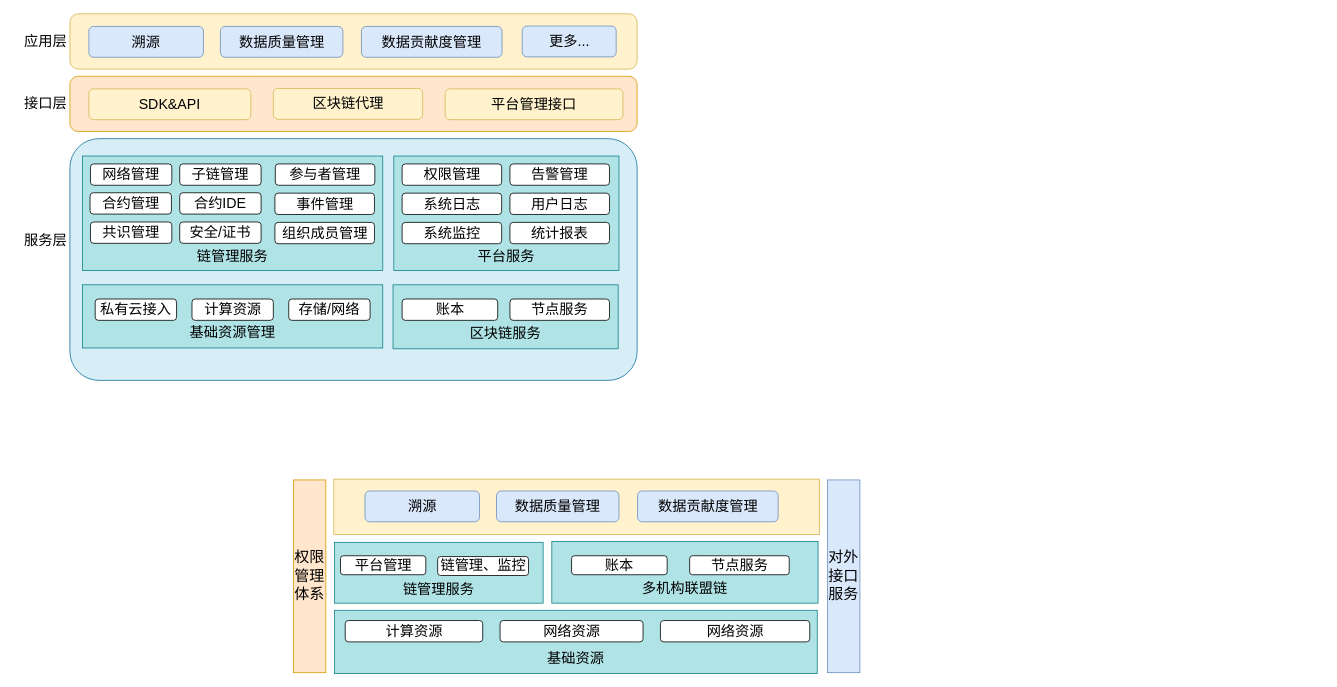
dilide/collections keeps this draw.io diagram as repository/drawio/55/业务功能架构图.drawio. Above is the earlier version. Source tidied: cells renumbered, new cells numbered last; positions are measured from the earlier drawing's top-left corner, leaving out a move shared by most shapes. Both pictures are drawn from the tidied source at 79%, with x=0, y=0 at pixel (13, 13).
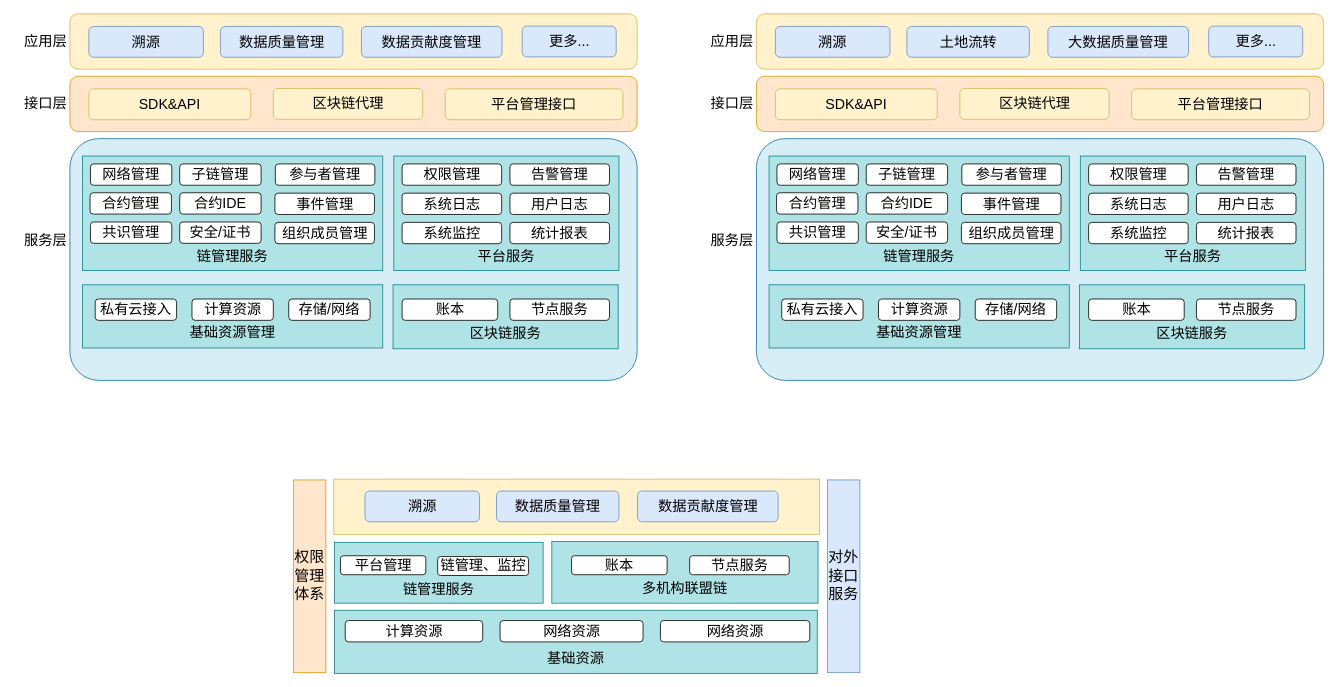
Above is the later version.

Commit message:
更新业务功能架构图.drawio

Diff of the diagram source:
```diff
@@
+    <mxCell id="55" style="rounded=1;whiteSpace=wrap;html=1;fillColor=#fff2cc;strokeColor=#d6b656;" parent="1" vertex="1">
+      <mxGeometry x="940" width="718" height="70" as="geometry" />
+    </mxCell>
+    <mxCell id="56" value="应用层" style="text;html=1;strokeColor=none;fillColor=none;align=center;verticalAlign=middle;whiteSpace=wrap;rounded=0;fontSize=18;" parent="1" vertex="1">
+      <mxGeometry x="869" y="25" width="81" height="20" as="geometry" />
+    </mxCell>
+    <mxCell id="57" value="接口层" style="text;html=1;strokeColor=none;fillColor=none;align=center;verticalAlign=middle;whiteSpace=wrap;rounded=0;fontSize=18;" parent="1" vertex="1">
+      <mxGeometry x="869" y="104" width="81" height="20" as="geometry" />
+    </mxCell>
+    <mxCell id="58" style="rounded=1;whiteSpace=wrap;html=1;fillColor=#ffe6cc;strokeColor=#d79b00;" parent="1" vertex="1">
+      <mxGeometry x="940" y="79" width="718" height="70" as="geometry" />
+    </mxCell>
+    <mxCell id="59" value="SDK&amp;amp;API" style="rounded=1;whiteSpace=wrap;html=1;fontSize=18;fillColor=#fff2cc;strokeColor=#d6b656;" parent="1" vertex="1">
+      <mxGeometry x="964" y="95" width="205" height="39" as="geometry" />
+    </mxCell>
+    <mxCell id="60" value="区块链代理" style="rounded=1;whiteSpace=wrap;html=1;fontSize=18;fillColor=#fff2cc;strokeColor=#d6b656;" parent="1" vertex="1">
+      <mxGeometry x="1197.5" y="94.5" width="189" height="39" as="geometry" />
+    </mxCell>
+    <mxCell id="61" value="平台管理接口" style="rounded=1;whiteSpace=wrap;html=1;fontSize=18;fillColor=#fff2cc;strokeColor=#d6b656;" parent="1" vertex="1">
+      <mxGeometry x="1415" y="95" width="225" height="39" as="geometry" />
+    </mxCell>
+    <mxCell id="62" value="溯源" style="rounded=1;whiteSpace=wrap;html=1;fontSize=18;fillColor=#dae8fc;strokeColor=#6c8ebf;" parent="1" vertex="1">
+      <mxGeometry x="964" y="16" width="145" height="39" as="geometry" />
+    </mxCell>
+    <mxCell id="63" value="土地流转" style="rounded=1;whiteSpace=wrap;html=1;fontSize=18;fillColor=#dae8fc;strokeColor=#6c8ebf;" parent="1" vertex="1">
+      <mxGeometry x="1130.5" y="16" width="155" height="39" as="geometry" />
+    </mxCell>
+    <mxCell id="64" value="大数据质量管理" style="rounded=1;whiteSpace=wrap;html=1;fontSize=18;fillColor=#dae8fc;strokeColor=#6c8ebf;" parent="1" vertex="1">
+      <mxGeometry x="1309" y="16" width="178" height="39" as="geometry" />
+    </mxCell>
+    <mxCell id="65" value="更多..." style="rounded=1;whiteSpace=wrap;html=1;fontSize=18;fillColor=#dae8fc;strokeColor=#6c8ebf;" parent="1" vertex="1">
+      <mxGeometry x="1512.5" y="15.5" width="119" height="39" as="geometry" />
+    </mxCell>
+    <mxCell id="66" style="rounded=1;whiteSpace=wrap;html=1;fontSize=18;fillColor=#b1ddf0;strokeColor=#10739e;glass=0;shadow=0;comic=0;arcSize=12;fillOpacity=50;" parent="1" vertex="1">
+      <mxGeometry x="940" y="158" width="718" height="306" as="geometry" />
+    </mxCell>
+    <mxCell id="67" value="服务层" style="text;html=1;strokeColor=none;fillColor=none;align=center;verticalAlign=middle;whiteSpace=wrap;rounded=0;fontSize=18;" parent="1" vertex="1">
+      <mxGeometry x="869" y="277" width="81" height="20" as="geometry" />
+    </mxCell>
+    <mxCell id="68" value="&lt;br&gt;&lt;br&gt;&lt;br&gt;&lt;br&gt;&lt;br&gt;链管理服务&lt;br&gt;" style="rounded=0;whiteSpace=wrap;html=1;shadow=0;glass=0;comic=0;fontSize=18;fillColor=#b0e3e6;strokeColor=#0e8088;" parent="1" vertex="1">
+      <mxGeometry x="956" y="180" width="380" height="145" as="geometry" />
+    </mxCell>
+    <mxCell id="69" value="网络管理" style="rounded=1;whiteSpace=wrap;html=1;shadow=0;glass=0;comic=0;fontSize=18;" parent="1" vertex="1">
+      <mxGeometry x="966" y="190" width="103" height="27" as="geometry" />
+    </mxCell>
+    <mxCell id="70" value="子链管理" style="rounded=1;whiteSpace=wrap;html=1;shadow=0;glass=0;comic=0;fontSize=18;" parent="1" vertex="1">
+      <mxGeometry x="1079" y="190" width="103" height="27" as="geometry" />
+    </mxCell>
+    <mxCell id="71" value="合约管理" style="rounded=1;whiteSpace=wrap;html=1;shadow=0;glass=0;comic=0;fontSize=18;" parent="1" vertex="1">
+      <mxGeometry x="965.5" y="226.5" width="103" height="27" as="geometry" />
+    </mxCell>
+    <mxCell id="72" value="合约IDE" style="rounded=1;whiteSpace=wrap;html=1;shadow=0;glass=0;comic=0;fontSize=18;" parent="1" vertex="1">
+      <mxGeometry x="1079" y="226.5" width="103" height="27" as="geometry" />
+    </mxCell>
+    <mxCell id="73" value="参与者管理" style="rounded=1;whiteSpace=wrap;html=1;shadow=0;glass=0;comic=0;fontSize=18;" parent="1" vertex="1">
+      <mxGeometry x="1200" y="190" width="126" height="27" as="geometry" />
+    </mxCell>
+    <mxCell id="74" value="事件管理" style="rounded=1;whiteSpace=wrap;html=1;shadow=0;glass=0;comic=0;fontSize=18;" parent="1" vertex="1">
+      <mxGeometry x="1199.5" y="227" width="126" height="27" as="geometry" />
+    </mxCell>
+    <mxCell id="75" value="&lt;br&gt;&lt;br&gt;&lt;br&gt;&lt;br&gt;&lt;br&gt;平台服务&lt;br&gt;" style="rounded=0;whiteSpace=wrap;html=1;shadow=0;glass=0;comic=0;fontSize=18;fillColor=#b0e3e6;strokeColor=#0e8088;" parent="1" vertex="1">
+      <mxGeometry x="1350" y="180" width="285" height="145" as="geometry" />
+    </mxCell>
+    <mxCell id="76" value="组织成员管理" style="rounded=1;whiteSpace=wrap;html=1;shadow=0;glass=0;comic=0;fontSize=18;" parent="1" vertex="1">
+      <mxGeometry x="1199.5" y="264" width="126" height="27" as="geometry" />
+    </mxCell>
+    <mxCell id="77" value="系统日志" style="rounded=1;whiteSpace=wrap;html=1;shadow=0;glass=0;comic=0;fontSize=18;" parent="1" vertex="1">
+      <mxGeometry x="1360.5" y="227" width="126" height="27" as="geometry" />
+    </mxCell>
+    <mxCell id="78" value="告警管理" style="rounded=1;whiteSpace=wrap;html=1;shadow=0;glass=0;comic=0;fontSize=18;" parent="1" vertex="1">
+      <mxGeometry x="1497" y="190" width="126" height="27" as="geometry" />
+    </mxCell>
+    <mxCell id="79" value="用户日志" style="rounded=1;whiteSpace=wrap;html=1;shadow=0;glass=0;comic=0;fontSize=18;" parent="1" vertex="1">
+      <mxGeometry x="1497" y="227" width="126" height="27" as="geometry" />
+    </mxCell>
+    <mxCell id="80" value="系统监控" style="rounded=1;whiteSpace=wrap;html=1;shadow=0;glass=0;comic=0;fontSize=18;" parent="1" vertex="1">
+      <mxGeometry x="1360.5" y="264" width="126" height="27" as="geometry" />
+    </mxCell>
+    <mxCell id="81" value="统计报表" style="rounded=1;whiteSpace=wrap;html=1;shadow=0;glass=0;comic=0;fontSize=18;" parent="1" vertex="1">
+      <mxGeometry x="1497" y="264" width="126" height="27" as="geometry" />
+    </mxCell>
+    <mxCell id="82" value="&lt;br&gt;&lt;br&gt;区块链服务" style="rounded=0;whiteSpace=wrap;html=1;shadow=0;glass=0;comic=0;fontSize=18;fillColor=#b0e3e6;strokeColor=#0e8088;" parent="1" vertex="1">
+      <mxGeometry x="1349" y="343" width="285" height="81" as="geometry" />
+    </mxCell>
+    <mxCell id="83" value="账本" style="rounded=1;whiteSpace=wrap;html=1;shadow=0;glass=0;comic=0;fontSize=18;" parent="1" vertex="1">
+      <mxGeometry x="1360.5" y="361" width="121" height="27" as="geometry" />
+    </mxCell>
+    <mxCell id="84" value="节点服务" style="rounded=1;whiteSpace=wrap;html=1;shadow=0;glass=0;comic=0;fontSize=18;" parent="1" vertex="1">
+      <mxGeometry x="1497" y="361" width="126" height="27" as="geometry" />
+    </mxCell>
+    <mxCell id="85" value="&lt;br&gt;&lt;br&gt;基础资源管理" style="rounded=0;whiteSpace=wrap;html=1;shadow=0;glass=0;comic=0;fontSize=18;fillColor=#b0e3e6;strokeColor=#0e8088;" parent="1" vertex="1">
+      <mxGeometry x="956" y="343" width="380" height="80" as="geometry" />
+    </mxCell>
+    <mxCell id="86" value="共识管理" style="rounded=1;whiteSpace=wrap;html=1;shadow=0;glass=0;comic=0;fontSize=18;" parent="1" vertex="1">
+      <mxGeometry x="966" y="263.5" width="103" height="27" as="geometry" />
+    </mxCell>
+    <mxCell id="87" value="安全/证书" style="rounded=1;whiteSpace=wrap;html=1;shadow=0;glass=0;comic=0;fontSize=18;" parent="1" vertex="1">
+      <mxGeometry x="1079" y="263.5" width="103" height="27" as="geometry" />
+    </mxCell>
+    <mxCell id="88" value="权限管理" style="rounded=1;whiteSpace=wrap;html=1;shadow=0;glass=0;comic=0;fontSize=18;" parent="1" vertex="1">
+      <mxGeometry x="1360.5" y="190" width="126" height="27" as="geometry" />
+    </mxCell>
+    <mxCell id="89" value="私有云接入" style="rounded=1;whiteSpace=wrap;html=1;shadow=0;glass=0;comic=0;fontSize=18;" parent="1" vertex="1">
+      <mxGeometry x="972" y="361" width="103" height="27" as="geometry" />
+    </mxCell>
+    <mxCell id="90" value="存储/网络" style="rounded=1;whiteSpace=wrap;html=1;shadow=0;glass=0;comic=0;fontSize=18;" parent="1" vertex="1">
+      <mxGeometry x="1217" y="361" width="103" height="27" as="geometry" />
+    </mxCell>
+    <mxCell id="91" value="计算资源" style="rounded=1;whiteSpace=wrap;html=1;shadow=0;glass=0;comic=0;fontSize=18;" parent="1" vertex="1">
+      <mxGeometry x="1094.5" y="361" width="103" height="27" as="geometry" />
+    </mxCell>
```
